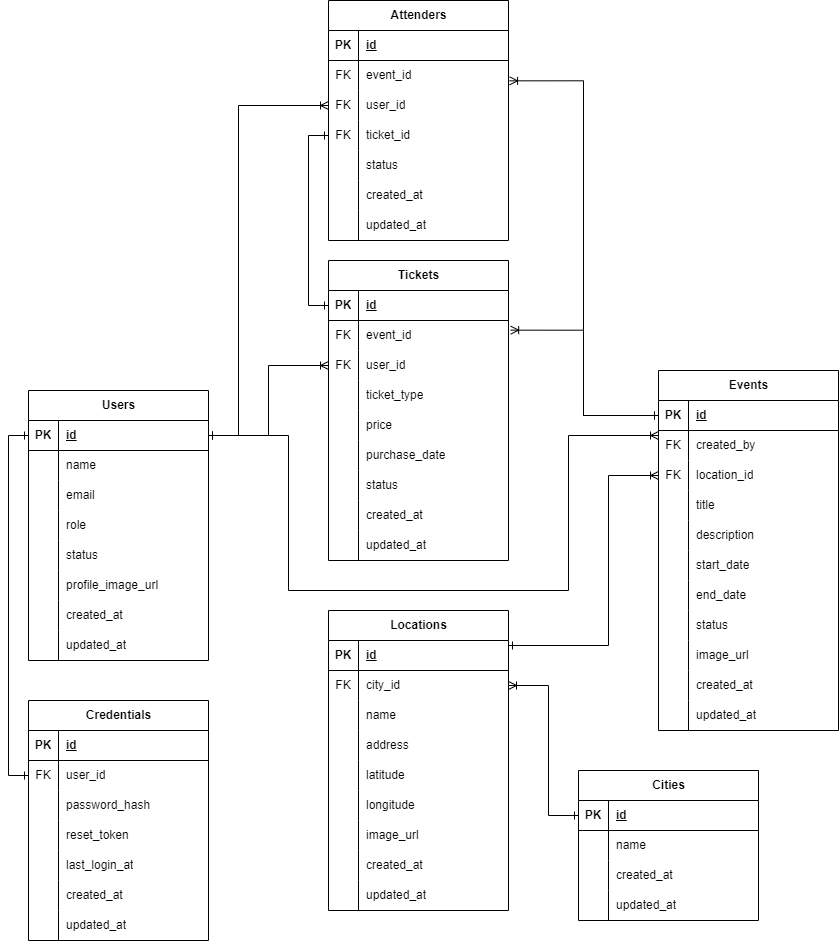
HX-FMontoya/event-management-api keeps this draw.io diagram as docs/ER Diagram Event Managment.drawio.png. Above is the earlier version. Source tidied: cells renumbered, new cells last; positions are measured from the earlier drawing's top-left corner, leaving out a move shared by most shapes.
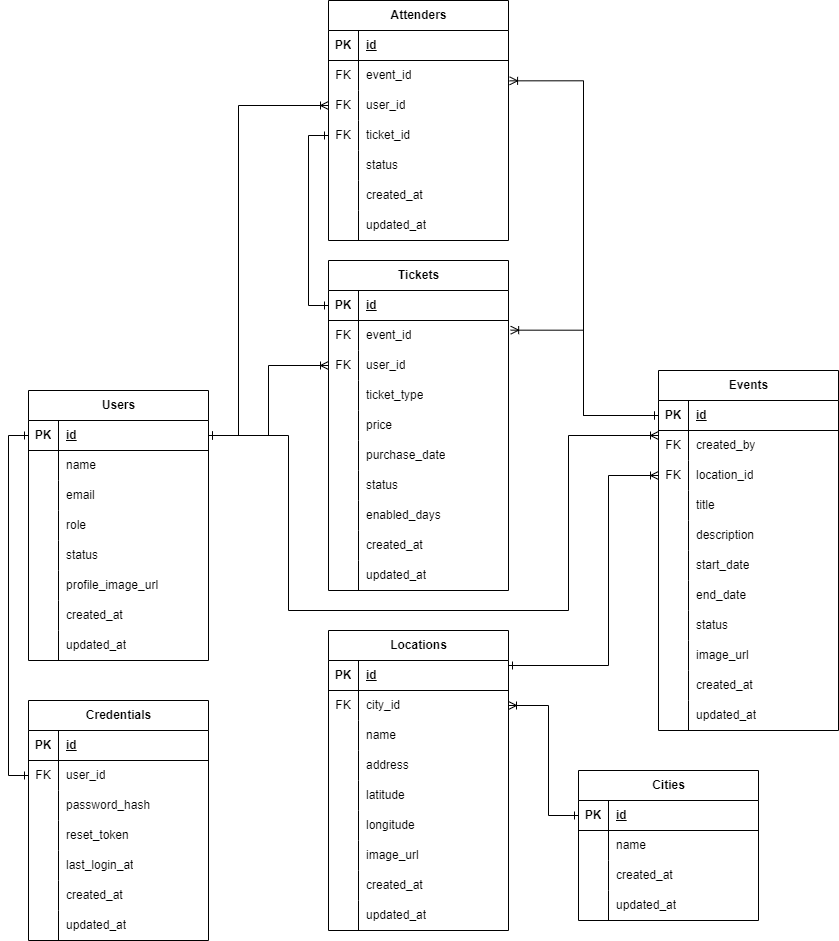
Above is the later version.

Commit message:
Update ER diagram to reflect recent changes in the database structure

What changed in the source:
```diff
@@ -180,7 +180,7 @@
       <mxGeometry x="30" width="150" height="30" as="geometry" />
     </mxCell>
     <mxCell id="61" value="Tickets" style="shape=table;startSize=30;rowLines=0;fontStyle=1;align=center;html=1;" parent="1" vertex="1">
-      <mxGeometry x="300" y="260" width="180" height="300" as="geometry" />
+      <mxGeometry x="300" y="260" width="180" height="330" as="geometry" />
     </mxCell>
     <mxCell id="62" style="shape=tableRow;horizontal=0;startSize=0;swimlaneHead=0;swimlaneBody=0;fillColor=none;points=[[0,0.5],[1,0.5]];portConstraint=eastwest;top=0;left=0;right=0;bottom=1;" parent="61" vertex="1">
       <mxGeometry y="30" width="180" height="30" as="geometry" />
@@ -245,8 +245,17 @@
     <mxCell id="82" value="status" style="shape=partialRectangle;fillColor=none;top=0;left=0;bottom=0;right=0;align=left;spacingLeft=6;overflow=hidden;whiteSpace=wrap;html=1;" parent="80" vertex="1">
       <mxGeometry x="30" width="150" height="30" as="geometry" />
     </mxCell>
+    <mxCell id="183" style="shape=tableRow;horizontal=0;startSize=0;swimlaneHead=0;swimlaneBody=0;fillColor=none;top=0;left=0;right=0;bottom=0;" parent="61" vertex="1">
+      <mxGeometry y="240" width="180" height="30" as="geometry" />
+    </mxCell>
+    <mxCell id="184" style="shape=partialRectangle;fillColor=none;top=0;left=0;bottom=0;right=0;overflow=hidden;whiteSpace=wrap;html=1;" parent="183" vertex="1">
+      <mxGeometry width="30" height="30" as="geometry" />
+    </mxCell>
+    <mxCell id="185" value="enabled_days" style="shape=partialRectangle;fillColor=none;top=0;left=0;bottom=0;right=0;align=left;spacingLeft=6;overflow=hidden;whiteSpace=wrap;html=1;" parent="183" vertex="1">
+      <mxGeometry x="30" width="150" height="30" as="geometry" />
+    </mxCell>
     <mxCell id="83" style="shape=tableRow;horizontal=0;startSize=0;swimlaneHead=0;swimlaneBody=0;fillColor=none;top=0;left=0;right=0;bottom=0;" parent="61" vertex="1">
-      <mxGeometry y="240" width="180" height="30" as="geometry" />
+      <mxGeometry y="270" width="180" height="30" as="geometry" />
     </mxCell>
     <mxCell id="84" style="shape=partialRectangle;fillColor=none;top=0;left=0;bottom=0;right=0;overflow=hidden;whiteSpace=wrap;html=1;" parent="83" vertex="1">
       <mxGeometry width="30" height="30" as="geometry" />
@@ -255,7 +264,7 @@
       <mxGeometry x="30" width="150" height="30" as="geometry" />
     </mxCell>
     <mxCell id="86" style="shape=tableRow;horizontal=0;startSize=0;swimlaneHead=0;swimlaneBody=0;fillColor=none;top=0;left=0;right=0;bottom=0;" parent="61" vertex="1">
-      <mxGeometry y="270" width="180" height="30" as="geometry" />
+      <mxGeometry y="300" width="180" height="30" as="geometry" />
     </mxCell>
     <mxCell id="87" style="shape=partialRectangle;fillColor=none;top=0;left=0;bottom=0;right=0;overflow=hidden;whiteSpace=wrap;html=1;" parent="86" vertex="1">
       <mxGeometry width="30" height="30" as="geometry" />
@@ -264,7 +273,7 @@
       <mxGeometry x="30" width="150" height="30" as="geometry" />
     </mxCell>
     <mxCell id="89" value="Locations" style="shape=table;startSize=30;rowLines=0;fontStyle=1;align=center;html=1;" parent="1" vertex="1">
-      <mxGeometry x="300" y="610" width="180" height="300" as="geometry" />
+      <mxGeometry x="300" y="630" width="180" height="300" as="geometry" />
     </mxCell>
     <mxCell id="90" style="shape=tableRow;horizontal=0;startSize=0;swimlaneHead=0;swimlaneBody=0;fillColor=none;points=[[0,0.5],[1,0.5]];portConstraint=eastwest;top=0;left=0;right=0;bottom=1;" parent="89" vertex="1">
       <mxGeometry y="30" width="180" height="30" as="geometry" />
@@ -417,8 +426,8 @@
       <mxGeometry relative="1" as="geometry">
         <Array as="points">
           <mxPoint x="260" y="435" />
-          <mxPoint x="260" y="590" />
-          <mxPoint x="540" y="590" />
+          <mxPoint x="260" y="610" />
+          <mxPoint x="540" y="610" />
           <mxPoint x="540" y="435" />
         </Array>
       </mxGeometry>
@@ -426,7 +435,7 @@
     <mxCell id="140" style="edgeStyle=orthogonalEdgeStyle;rounded=0;jettySize=auto;html=1;entryX=0;entryY=0.5;entryDx=0;entryDy=0;endArrow=ERoneToMany;endFill=0;startArrow=ERone;startFill=0;" parent="1" edge="1" source="90" target="34">
       <mxGeometry relative="1" as="geometry">
         <Array as="points">
-          <mxPoint x="580" y="645" />
+          <mxPoint x="580" y="665" />
           <mxPoint x="580" y="475" />
         </Array>
       </mxGeometry>
@@ -563,7 +572,7 @@
       <mxGeometry relative="1" as="geometry">
         <Array as="points">
           <mxPoint x="520" y="815" />
-          <mxPoint x="520" y="685" />
+          <mxPoint x="520" y="705" />
         </Array>
       </mxGeometry>
     </mxCell>
```
